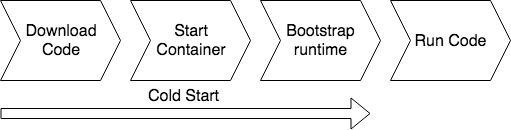
mduesterhoeft/kotlin-graalvm-custom-aws-lambda-runtime-talk keeps this draw.io diagram as slides/cold-start.png. Above is the earlier version. Source tidied: cells renumbered, new cells last; positions are measured from the earlier drawing's top-left corner, leaving out a move shared by most shapes.
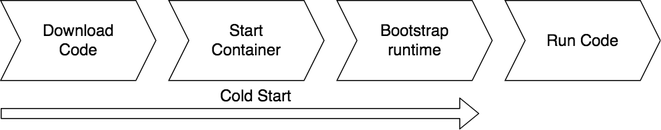
The same file after the commit.

Change to the diagram source:
```diff
@@ -2,22 +2,28 @@
   <root>
     <mxCell id="0" />
     <mxCell id="1" parent="0" />
+    <mxCell id="8" style="group;" parent="1" vertex="1">
+      <mxGeometry width="660" height="113" as="geometry" />
+    </mxCell>
+    <mxCell id="9" style="group;" parent="8" vertex="1">
+      <mxGeometry width="660" height="113" as="geometry" />
+    </mxCell>
-    <mxCell id="2" value="Download &lt;br style=&quot;font-size: 16px;&quot;&gt;Code" style="shape=step;perimeter=stepPerimeter;whiteSpace=wrap;html=1;fixedSize=1;fontSize=16;" parent="1" vertex="1">
-      <mxGeometry width="120" height="80" as="geometry" />
+    <mxCell id="2" value="Download &lt;br style=&quot;font-size: 16px;&quot;&gt;Code" style="shape=step;perimeter=stepPerimeter;whiteSpace=wrap;html=1;fixedSize=1;fontSize=16;" parent="9" vertex="1">
+      <mxGeometry width="155.3" height="80" as="geometry" />
     </mxCell>
-    <mxCell id="3" value="&lt;div&gt;Start&lt;/div&gt;Container" style="shape=step;perimeter=stepPerimeter;whiteSpace=wrap;html=1;fixedSize=1;fontSize=16;" parent="1" vertex="1">
-      <mxGeometry x="130" width="120" height="80" as="geometry" />
+    <mxCell id="3" value="&lt;div&gt;Start&lt;/div&gt;Container" style="shape=step;perimeter=stepPerimeter;whiteSpace=wrap;html=1;fixedSize=1;fontSize=16;" parent="9" vertex="1">
+      <mxGeometry x="168.2" width="155.3" height="80" as="geometry" />
     </mxCell>
-    <mxCell id="4" value="Bootstrap&lt;br style=&quot;font-size: 16px;&quot;&gt;runtime" style="shape=step;perimeter=stepPerimeter;whiteSpace=wrap;html=1;fixedSize=1;fontSize=16;" parent="1" vertex="1">
-      <mxGeometry x="260" width="120" height="80" as="geometry" />
+    <mxCell id="4" value="Bootstrap&lt;br style=&quot;font-size: 16px;&quot;&gt;runtime" style="shape=step;perimeter=stepPerimeter;whiteSpace=wrap;html=1;fixedSize=1;fontSize=16;" parent="9" vertex="1">
+      <mxGeometry x="336.5" width="155.3" height="80" as="geometry" />
     </mxCell>
-    <mxCell id="5" value="Run Code" style="shape=step;perimeter=stepPerimeter;whiteSpace=wrap;html=1;fixedSize=1;fontSize=16;" parent="1" vertex="1">
-      <mxGeometry x="390" width="120" height="80" as="geometry" />
+    <mxCell id="5" value="Run Code" style="shape=step;perimeter=stepPerimeter;whiteSpace=wrap;html=1;fixedSize=1;fontSize=16;" parent="9" vertex="1">
+      <mxGeometry x="504.7" width="155.3" height="80" as="geometry" />
     </mxCell>
-    <mxCell id="6" style="shape=flexArrow;endArrow=classic;html=1;" parent="1" edge="1">
+    <mxCell id="6" style="shape=flexArrow;endArrow=classic;html=1;" parent="9" edge="1">
       <mxGeometry relative="1" as="geometry">
         <mxPoint y="113" as="sourcePoint" />
-        <mxPoint x="370" y="113" as="targetPoint" />
+        <mxPoint x="478.8" y="113" as="targetPoint" />
       </mxGeometry>
     </mxCell>
     <mxCell id="7" value="&lt;div style=&quot;font-size: 16px;&quot;&gt;Cold Start&lt;/div&gt;" style="text;html=1;align=center;verticalAlign=middle;labelBackgroundColor=#ffffff;fontSize=16;" parent="6" vertex="1">
```
